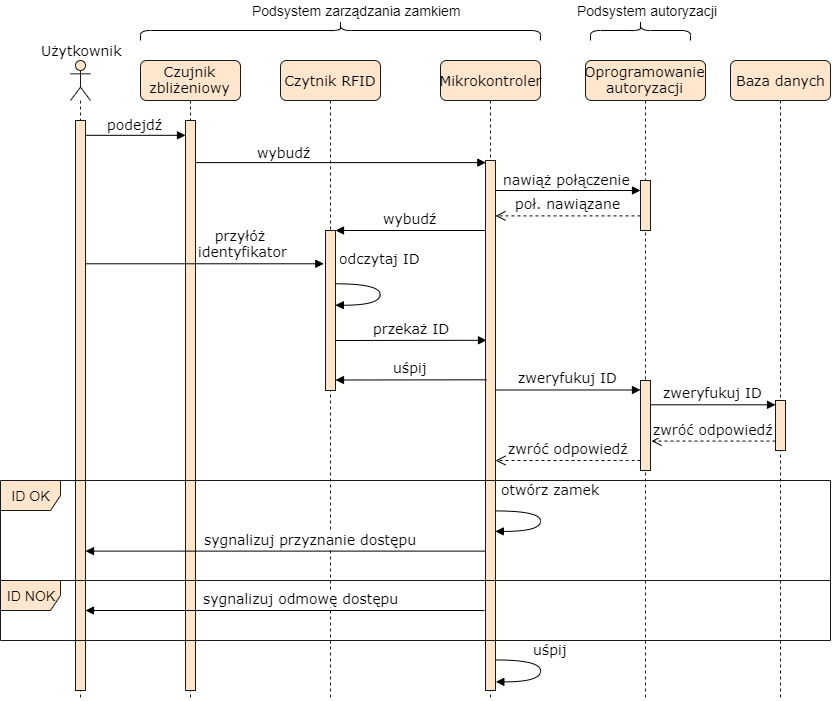
Before: docs/chapters/images/sequence1.png, a diagram exported from draw.io (adapiekarska/centralized-lock-system). Source tidied: cells renumbered, new cells last; positions are measured from the earlier drawing's top-left corner, leaving out a move shared by most shapes.
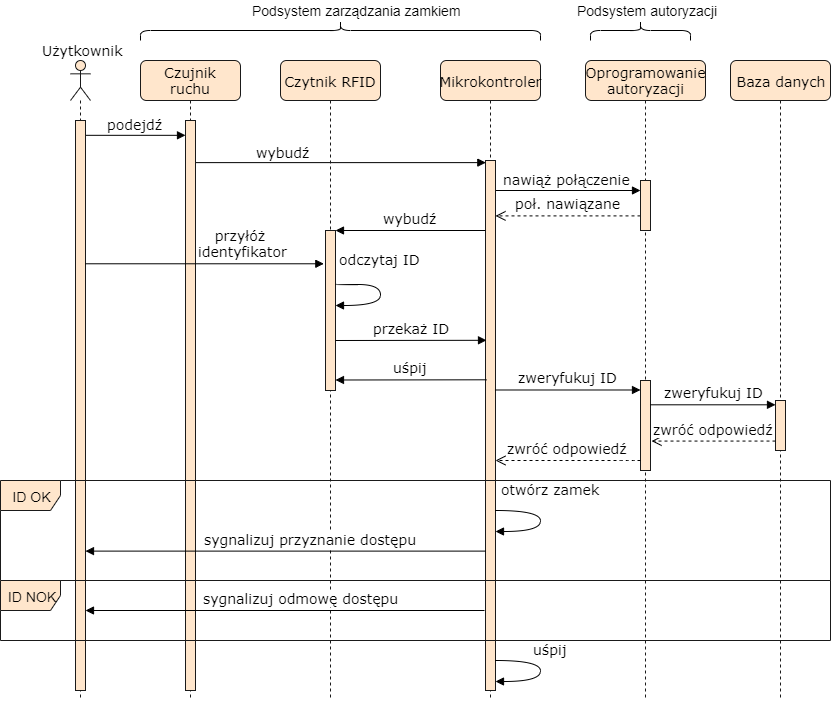
After the commit.

Change to the diagram source:
```diff
@@ -37,7 +37,7 @@
     <mxCell id="12" style="html=1;points=[];perimeter=orthogonalPerimeter;rounded=0;shadow=0;comic=0;labelBackgroundColor=none;strokeColor=#1A1A1A;strokeWidth=1;fillColor=#ffe6cc;fontFamily=Verdana;fontSize=14;align=center;" parent="11" vertex="1">
       <mxGeometry x="45" y="340" width="10" height="50" as="geometry" />
     </mxCell>
-    <mxCell id="13" value="Czujnik zbliżeniowy" style="shape=umlLifeline;perimeter=lifelinePerimeter;whiteSpace=wrap;html=1;rounded=1;shadow=0;comic=0;labelBackgroundColor=none;strokeColor=#1A1A1A;strokeWidth=1;fillColor=#ffe6cc;fontFamily=Verdana;fontSize=14;align=center;" parent="1" vertex="1">
+    <mxCell id="13" value="Czujnik ruchu" style="shape=umlLifeline;perimeter=lifelinePerimeter;whiteSpace=wrap;html=1;rounded=1;shadow=0;comic=0;labelBackgroundColor=none;strokeColor=#1A1A1A;strokeWidth=1;fillColor=#ffe6cc;fontFamily=Verdana;fontSize=14;align=center;" parent="1" vertex="1">
       <mxGeometry x="140" y="60" width="100" height="640" as="geometry" />
     </mxCell>
     <mxCell id="14" style="html=1;points=[];perimeter=orthogonalPerimeter;rounded=0;shadow=0;comic=0;labelBackgroundColor=none;strokeColor=#1A1A1A;strokeWidth=1;fillColor=#ffe6cc;fontFamily=Verdana;fontSize=14;align=center;" parent="13" vertex="1">
```
